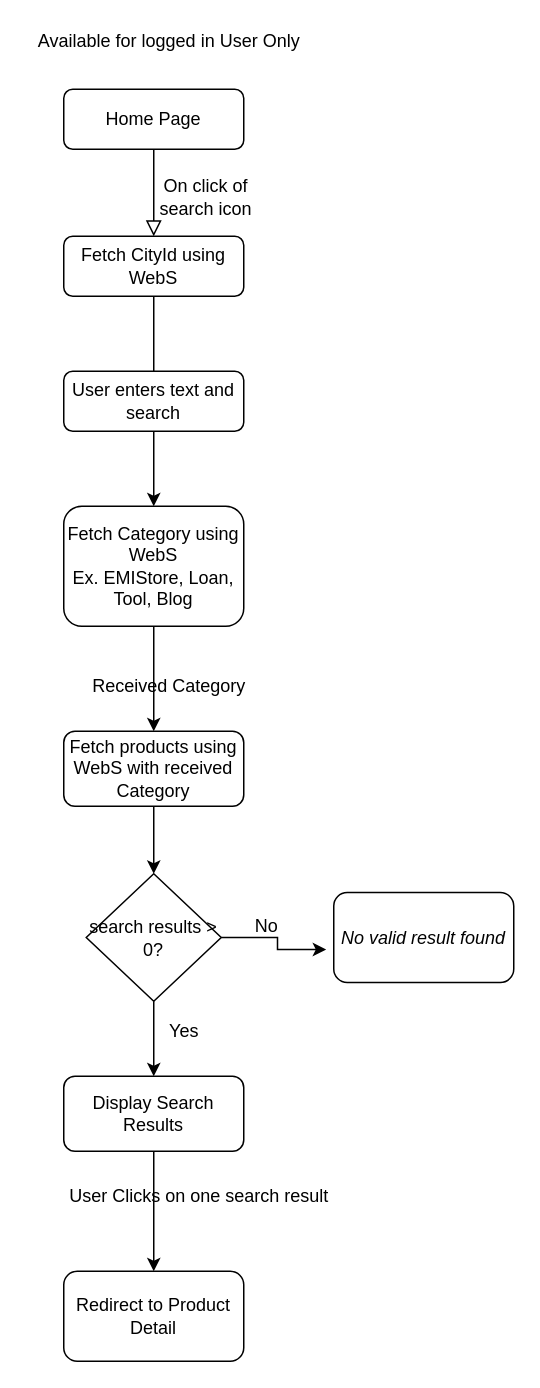
amit2908/Notes keeps this draw.io diagram as SearchFlowDiagram.drawio. Above is the earlier version. Source tidied: cells renumbered, new cells numbered last; positions are measured from the earlier drawing's top-left corner, leaving out a move shared by most shapes. Both pictures are drawn from the tidied source at 150%, with x=0, y=0 at pixel (26, 26).
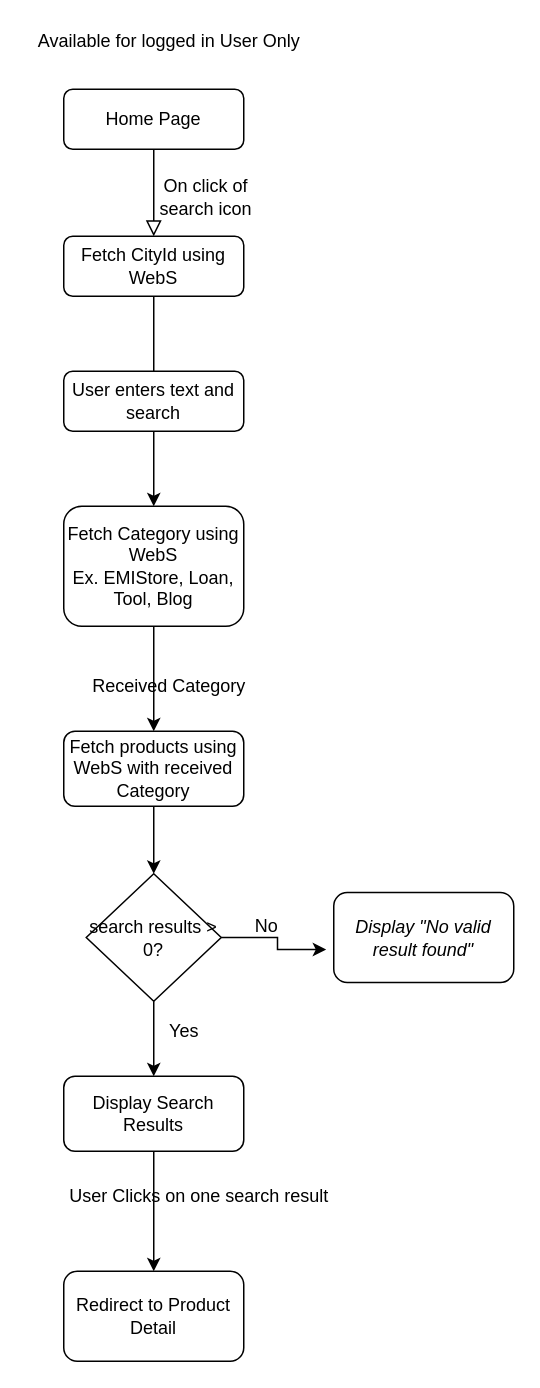
After the change.

The edit, as a diff of the source:
```diff
@@
-    <mxCell id="20" value="&lt;em&gt;No valid result found&lt;/em&gt;" style="rounded=1;whiteSpace=wrap;html=1;" parent="1" vertex="1">
+    <mxCell id="20" value="&lt;em&gt;Display &quot;No valid result found&quot;&lt;/em&gt;" style="rounded=1;whiteSpace=wrap;html=1;" parent="1" vertex="1">
       <mxGeometry x="205" y="577.5" width="120" height="60" as="geometry" />
     </mxCell>
```
